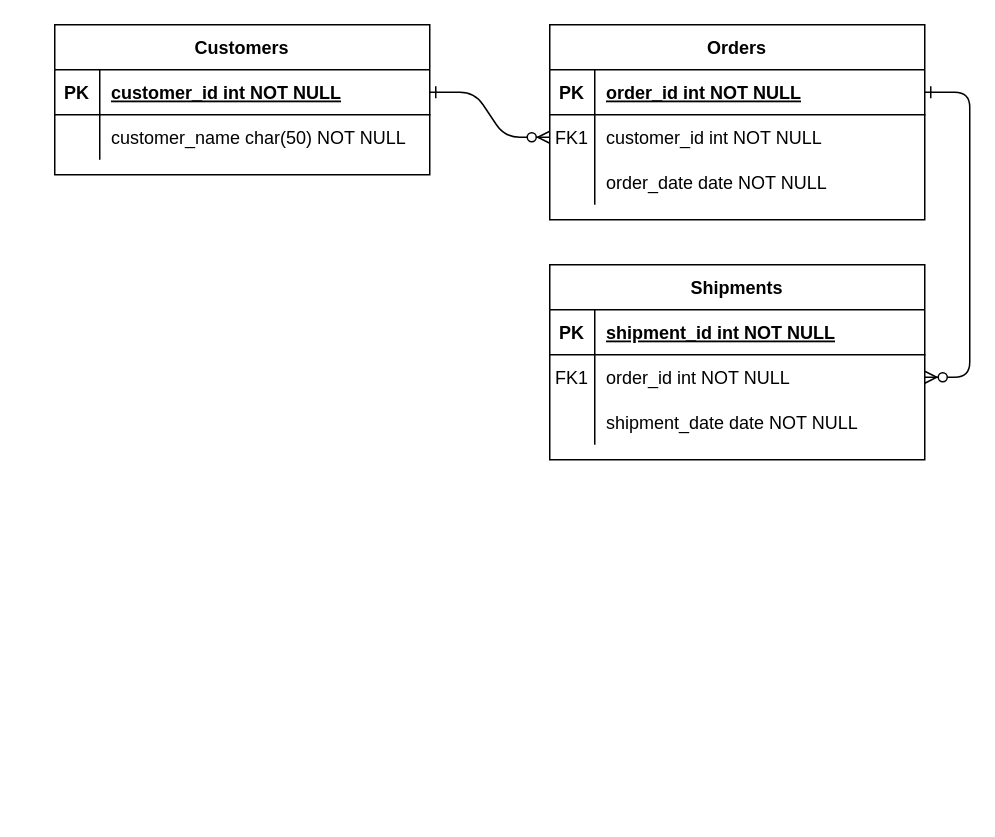
This is Диаграмма без названия.drawio from mbayzhanova/Dental_clinic, a draw.io file, before an edit. Source tidied: cells renumbered, new cells numbered last; positions are measured from the earlier drawing's top-left corner, leaving out a move shared by most shapes. Both pictures are drawn from the tidied source at 150%, with x=0, y=0 at pixel (54, 24).
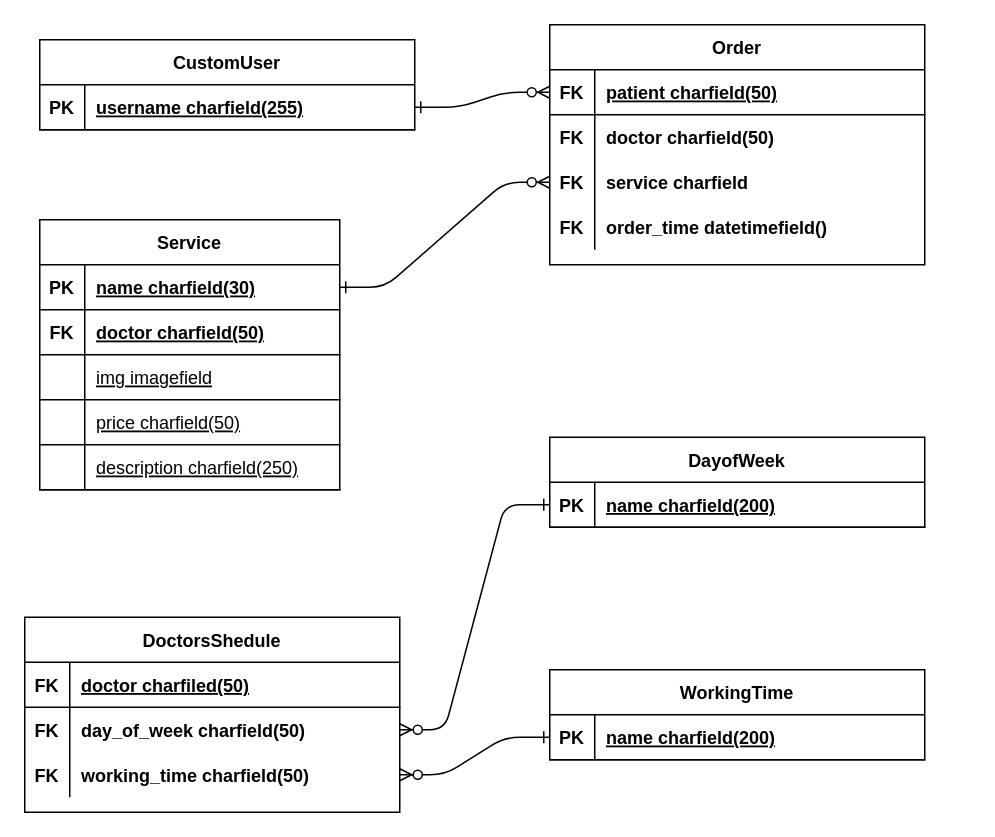
Above is the later version.

The change refers to these unchanged cells:
```xml
<mxCell id="5" style="shape=partialRectangle;fillColor=none;points=[[0,0.5],[1,0.5]];portConstraint=eastwest;top=0;left=0;right=0;bottom=1;" parent="4" vertex="1">
  <mxGeometry y="30" width="250" height="30" as="geometry" />
</mxCell>
<mxCell id="8" style="shape=partialRectangle;fillColor=none;points=[[0,0.5],[1,0.5]];portConstraint=eastwest;top=0;left=0;right=0;bottom=0;" parent="4" vertex="1">
  <mxGeometry y="60" width="250" height="30" as="geometry" />
</mxCell>
<mxCell id="15" style="shape=partialRectangle;fillColor=none;points=[[0,0.5],[1,0.5]];portConstraint=eastwest;top=0;left=0;right=0;bottom=1;" parent="14" vertex="1">
  <mxGeometry y="30" width="250" height="30" as="geometry" />
</mxCell>
```

Diff of the diagram source:
```diff
@@
-    <mxCell id="2" style="edgeStyle=entityRelationEdgeStyle;endArrow=ERzeroToMany;startArrow=ERone;endFill=1;startFill=0;" parent="1" edge="1" source="25" target="8">
-      <mxGeometry relative="1" as="geometry" />
-    </mxCell>
-    <mxCell id="3" style="edgeStyle=entityRelationEdgeStyle;endArrow=ERzeroToMany;startArrow=ERone;endFill=1;startFill=0;" parent="1" edge="1" source="5" target="18">
+    <mxCell id="3" style="edgeStyle=entityRelationEdgeStyle;endArrow=ERzeroToMany;startArrow=ERone;endFill=1;startFill=0;entryX=0;entryY=0.5;entryDx=0;entryDy=0;exitX=1;exitY=0.5;exitDx=0;exitDy=0;" parent="1" edge="1" source="34" target="31">
       <mxGeometry relative="1" as="geometry" />
     </mxCell>
-    <mxCell id="4" value="Orders" style="shape=table;startSize=30;childLayout=tableLayout;rowLines=0;fontStyle=1;align=center;" parent="1" vertex="1">
-      <mxGeometry x="330" width="250" height="130" as="geometry" />
+    <mxCell id="4" value="Order" style="shape=table;startSize=30;childLayout=tableLayout;rowLines=0;fontStyle=1;align=center;" parent="1" vertex="1">
+      <mxGeometry x="330" width="250" height="160" as="geometry" />
     </mxCell>
@@
-    <mxCell id="6" value="PK" style="shape=partialRectangle;overflow=hidden;fillColor=none;top=0;left=0;bottom=0;right=0;fontStyle=1;" parent="5" vertex="1">
+    <mxCell id="6" value="FK" style="shape=partialRectangle;overflow=hidden;fillColor=none;top=0;left=0;bottom=0;right=0;fontStyle=1;" parent="5" vertex="1">
       <mxGeometry width="30" height="30" as="geometry" />
     </mxCell>
-    <mxCell id="7" value="order_id int NOT NULL " style="shape=partialRectangle;overflow=hidden;fillColor=none;top=0;left=0;bottom=0;right=0;align=left;spacingLeft=6;fontStyle=5;" parent="5" vertex="1">
+    <mxCell id="7" value="patient charfield(50)" style="shape=partialRectangle;overflow=hidden;fillColor=none;top=0;left=0;bottom=0;right=0;align=left;spacingLeft=6;fontStyle=5;" parent="5" vertex="1">
       <mxGeometry x="30" width="220" height="30" as="geometry" />
     </mxCell>
@@
-    <mxCell id="9" value="FK1" style="shape=partialRectangle;overflow=hidden;fillColor=none;top=0;left=0;bottom=0;right=0;" parent="8" vertex="1">
+    <mxCell id="9" value="FK" style="shape=partialRectangle;overflow=hidden;fillColor=none;top=0;left=0;bottom=0;right=0;fontStyle=1;" parent="8" vertex="1">
       <mxGeometry width="30" height="30" as="geometry" />
     </mxCell>
-    <mxCell id="10" value="customer_id int NOT NULL" style="shape=partialRectangle;overflow=hidden;fillColor=none;top=0;left=0;bottom=0;right=0;align=left;spacingLeft=6;" parent="8" vertex="1">
+    <mxCell id="10" value="doctor charfield(50)" style="shape=partialRectangle;overflow=hidden;fillColor=none;top=0;left=0;bottom=0;right=0;align=left;spacingLeft=6;fontStyle=1;" parent="8" vertex="1">
       <mxGeometry x="30" width="220" height="30" as="geometry" />
     </mxCell>
+    <mxCell id="31" style="shape=partialRectangle;fillColor=none;points=[[0,0.5],[1,0.5]];portConstraint=eastwest;top=0;left=0;right=0;bottom=0;" parent="4" vertex="1">
+      <mxGeometry y="90" width="250" height="30" as="geometry" />
+    </mxCell>
+    <mxCell id="32" value="FK" style="shape=partialRectangle;overflow=hidden;fillColor=none;top=0;left=0;bottom=0;right=0;fontStyle=1;" parent="31" vertex="1">
+      <mxGeometry width="30" height="30" as="geometry" />
+    </mxCell>
+    <mxCell id="33" value="service charfield" style="shape=partialRectangle;overflow=hidden;fillColor=none;top=0;left=0;bottom=0;right=0;align=left;spacingLeft=6;fontStyle=1;" parent="31" vertex="1">
+      <mxGeometry x="30" width="220" height="30" as="geometry" />
+    </mxCell>
     <mxCell id="11" style="shape=partialRectangle;fillColor=none;top=0;left=0;right=0;bottom=0;" parent="4" vertex="1">
-      <mxGeometry y="90" width="250" height="30" as="geometry" />
+      <mxGeometry y="120" width="250" height="30" as="geometry" />
     </mxCell>
-    <mxCell id="12" style="shape=partialRectangle;overflow=hidden;fillColor=none;top=0;left=0;bottom=0;right=0;" parent="11" vertex="1">
+    <mxCell id="12" value="FK" style="shape=partialRectangle;overflow=hidden;fillColor=none;top=0;left=0;bottom=0;right=0;fontStyle=1;" parent="11" vertex="1">
       <mxGeometry width="30" height="30" as="geometry" />
     </mxCell>
-    <mxCell id="13" value="order_date date NOT NULL" style="shape=partialRectangle;overflow=hidden;fillColor=none;top=0;left=0;bottom=0;right=0;align=left;spacingLeft=6;" parent="11" vertex="1">
+    <mxCell id="13" value="order_time datetimefield()" style="shape=partialRectangle;overflow=hidden;fillColor=none;top=0;left=0;bottom=0;right=0;align=left;spacingLeft=6;fontStyle=1;" parent="11" vertex="1">
       <mxGeometry x="30" width="220" height="30" as="geometry" />
     </mxCell>
-    <mxCell id="14" value="Shipments" style="shape=table;startSize=30;childLayout=tableLayout;rowLines=0;fontStyle=1;align=center;" parent="1" vertex="1">
-      <mxGeometry x="330" y="160" width="250" height="130" as="geometry" />
+    <mxCell id="14" value="DayofWeek" style="shape=table;startSize=30;childLayout=tableLayout;rowLines=0;fontStyle=1;align=center;" parent="1" vertex="1">
+      <mxGeometry x="330" y="275" width="250" height="60" as="geometry" />
     </mxCell>
@@
-    <mxCell id="17" value="shipment_id int NOT NULL " style="shape=partialRectangle;overflow=hidden;fillColor=none;top=0;left=0;bottom=0;right=0;align=left;spacingLeft=6;fontStyle=5;" parent="15" vertex="1">
+    <mxCell id="17" value="name charfield(200)" style="shape=partialRectangle;overflow=hidden;fillColor=none;top=0;left=0;bottom=0;right=0;align=left;spacingLeft=6;fontStyle=5;" parent="15" vertex="1">
       <mxGeometry x="30" width="220" height="30" as="geometry" />
     </mxCell>
-    <mxCell id="18" style="shape=partialRectangle;fillColor=none;points=[[0,0.5],[1,0.5]];portConstraint=eastwest;top=0;left=0;right=0;bottom=0;" parent="14" vertex="1">
-      <mxGeometry y="60" width="250" height="30" as="geometry" />
-    </mxCell>
-    <mxCell id="19" value="FK1" style="shape=partialRectangle;overflow=hidden;fillColor=none;top=0;left=0;bottom=0;right=0;" parent="18" vertex="1">
-      <mxGeometry width="30" height="30" as="geometry" />
-    </mxCell>
-    <mxCell id="20" value="order_id int NOT NULL" style="shape=partialRectangle;overflow=hidden;fillColor=none;top=0;left=0;bottom=0;right=0;align=left;spacingLeft=6;" parent="18" vertex="1">
-      <mxGeometry x="30" width="220" height="30" as="geometry" />
-    </mxCell>
-    <mxCell id="21" style="shape=partialRectangle;fillColor=none;top=0;left=0;right=0;bottom=0;" parent="14" vertex="1">
-      <mxGeometry y="90" width="250" height="30" as="geometry" />
-    </mxCell>
-    <mxCell id="22" style="shape=partialRectangle;overflow=hidden;fillColor=none;top=0;left=0;bottom=0;right=0;" parent="21" vertex="1">
-      <mxGeometry width="30" height="30" as="geometry" />
-    </mxCell>
-    <mxCell id="23" value="shipment_date date NOT NULL" style="shape=partialRectangle;overflow=hidden;fillColor=none;top=0;left=0;bottom=0;right=0;align=left;spacingLeft=6;" parent="21" vertex="1">
-      <mxGeometry x="30" width="220" height="30" as="geometry" />
-    </mxCell>
-    <mxCell id="24" value="Customers" style="shape=table;startSize=30;childLayout=tableLayout;rowLines=0;fontStyle=1;align=center;" parent="1" vertex="1">
-      <mxGeometry width="250" height="100" as="geometry" />
+    <mxCell id="24" value="Service" style="shape=table;startSize=30;childLayout=tableLayout;rowLines=0;fontStyle=1;align=center;" parent="1" vertex="1">
+      <mxGeometry x="-10" y="130" width="200" height="180" as="geometry" />
     </mxCell>
+    <mxCell id="34" style="shape=partialRectangle;fillColor=none;points=[[0,0.5],[1,0.5]];portConstraint=eastwest;top=0;left=0;right=0;bottom=1;" parent="24" vertex="1">
+      <mxGeometry y="30" width="200" height="30" as="geometry" />
+    </mxCell>
+    <mxCell id="35" value="PK" style="shape=partialRectangle;overflow=hidden;fillColor=none;top=0;left=0;bottom=0;right=0;fontStyle=1;" parent="34" vertex="1">
+      <mxGeometry width="30" height="30" as="geometry" />
+    </mxCell>
+    <mxCell id="36" value="name charfield(30)" style="shape=partialRectangle;overflow=hidden;fillColor=none;top=0;left=0;bottom=0;right=0;align=left;spacingLeft=6;fontStyle=5;" parent="34" vertex="1">
+      <mxGeometry x="30" width="170" height="30" as="geometry" />
+    </mxCell>
+    <mxCell id="37" style="shape=partialRectangle;fillColor=none;top=0;left=0;right=0;bottom=1;" parent="24" vertex="1">
+      <mxGeometry y="60" width="200" height="30" as="geometry" />
+    </mxCell>
+    <mxCell id="38" value="FK" style="shape=partialRectangle;overflow=hidden;fillColor=none;top=0;left=0;bottom=0;right=0;fontStyle=1;" parent="37" vertex="1">
+      <mxGeometry width="30" height="30" as="geometry" />
+    </mxCell>
+    <mxCell id="39" value="doctor charfield(50)" style="shape=partialRectangle;overflow=hidden;fillColor=none;top=0;left=0;bottom=0;right=0;align=left;spacingLeft=6;fontStyle=5;" parent="37" vertex="1">
+      <mxGeometry x="30" width="170" height="30" as="geometry" />
+    </mxCell>
+    <mxCell id="40" style="shape=partialRectangle;fillColor=none;top=0;left=0;right=0;bottom=1;" parent="24" vertex="1">
+      <mxGeometry y="90" width="200" height="30" as="geometry" />
+    </mxCell>
+    <mxCell id="41" style="shape=partialRectangle;overflow=hidden;fillColor=none;top=0;left=0;bottom=0;right=0;fontStyle=1;" parent="40" vertex="1">
+      <mxGeometry width="30" height="30" as="geometry" />
+    </mxCell>
+    <mxCell id="42" value="img imagefield" style="shape=partialRectangle;overflow=hidden;fillColor=none;top=0;left=0;bottom=0;right=0;align=left;spacingLeft=6;fontStyle=4;" parent="40" vertex="1">
+      <mxGeometry x="30" width="170" height="30" as="geometry" />
+    </mxCell>
+    <mxCell id="43" style="shape=partialRectangle;fillColor=none;top=0;left=0;right=0;bottom=1;" parent="24" vertex="1">
+      <mxGeometry y="120" width="200" height="30" as="geometry" />
+    </mxCell>
+    <mxCell id="44" style="shape=partialRectangle;overflow=hidden;fillColor=none;top=0;left=0;bottom=0;right=0;fontStyle=1;" parent="43" vertex="1">
+      <mxGeometry width="30" height="30" as="geometry" />
+    </mxCell>
+    <mxCell id="45" value="price charfield(50)" style="shape=partialRectangle;overflow=hidden;fillColor=none;top=0;left=0;bottom=0;right=0;align=left;spacingLeft=6;fontStyle=4;" parent="43" vertex="1">
+      <mxGeometry x="30" width="170" height="30" as="geometry" />
+    </mxCell>
     <mxCell id="25" style="shape=partialRectangle;fillColor=none;points=[[0,0.5],[1,0.5]];portConstraint=eastwest;top=0;left=0;right=0;bottom=1;" parent="24" vertex="1">
-      <mxGeometry y="30" width="250" height="30" as="geometry" />
+      <mxGeometry y="150" width="200" height="30" as="geometry" />
     </mxCell>
-    <mxCell id="26" value="PK" style="shape=partialRectangle;overflow=hidden;fillColor=none;top=0;left=0;bottom=0;right=0;fontStyle=1;" parent="25" vertex="1">
+    <mxCell id="26" style="shape=partialRectangle;overflow=hidden;fillColor=none;top=0;left=0;bottom=0;right=0;fontStyle=1;" parent="25" vertex="1">
       <mxGeometry width="30" height="30" as="geometry" />
     </mxCell>
-    <mxCell id="27" value="customer_id int NOT NULL " style="shape=partialRectangle;overflow=hidden;fillColor=none;top=0;left=0;bottom=0;right=0;align=left;spacingLeft=6;fontStyle=5;" parent="25" vertex="1">
-      <mxGeometry x="30" width="220" height="30" as="geometry" />
+    <mxCell id="27" value="description charfield(250)" style="shape=partialRectangle;overflow=hidden;fillColor=none;top=0;left=0;bottom=0;right=0;align=left;spacingLeft=6;fontStyle=4;" parent="25" vertex="1">
+      <mxGeometry x="30" width="170" height="30" as="geometry" />
     </mxCell>
-    <mxCell id="28" style="shape=partialRectangle;fillColor=none;top=0;left=0;right=0;bottom=0;" parent="24" vertex="1">
-      <mxGeometry y="60" width="250" height="30" as="geometry" />
-    </mxCell>
-    <mxCell id="29" style="shape=partialRectangle;overflow=hidden;fillColor=none;top=0;left=0;bottom=0;right=0;" parent="28" vertex="1">
-      <mxGeometry width="30" height="30" as="geometry" />
-    </mxCell>
-    <mxCell id="30" value="customer_name char(50) NOT NULL" style="shape=partialRectangle;overflow=hidden;fillColor=none;top=0;left=0;bottom=0;right=0;align=left;spacingLeft=6;" parent="28" vertex="1">
-      <mxGeometry x="30" width="220" height="30" as="geometry" />
-    </mxCell>
+    <mxCell id="46" value="CustomUser" style="shape=table;startSize=30;childLayout=tableLayout;rowLines=0;fontStyle=1;align=center;" parent="1" vertex="1">
+      <mxGeometry x="-10" y="10" width="250" height="60" as="geometry" />
+    </mxCell>
+    <mxCell id="47" style="shape=partialRectangle;fillColor=none;points=[[0,0.5],[1,0.5]];portConstraint=eastwest;top=0;left=0;right=0;bottom=1;" parent="46" vertex="1">
+      <mxGeometry y="30" width="250" height="30" as="geometry" />
+    </mxCell>
+    <mxCell id="48" value="PK" style="shape=partialRectangle;overflow=hidden;fillColor=none;top=0;left=0;bottom=0;right=0;fontStyle=1;" parent="47" vertex="1">
+      <mxGeometry width="30" height="30" as="geometry" />
+    </mxCell>
+    <mxCell id="49" value="username charfield(255)" style="shape=partialRectangle;overflow=hidden;fillColor=none;top=0;left=0;bottom=0;right=0;align=left;spacingLeft=6;fontStyle=5;" parent="47" vertex="1">
+      <mxGeometry x="30" width="220" height="30" as="geometry" />
+    </mxCell>
+    <mxCell id="50" value="WorkingTime" style="shape=table;startSize=30;childLayout=tableLayout;rowLines=0;fontStyle=1;align=center;" parent="1" vertex="1">
+      <mxGeometry x="330" y="430" width="250" height="60" as="geometry" />
+    </mxCell>
+    <mxCell id="51" style="shape=partialRectangle;fillColor=none;points=[[0,0.5],[1,0.5]];portConstraint=eastwest;top=0;left=0;right=0;bottom=1;" parent="50" vertex="1">
+      <mxGeometry y="30" width="250" height="30" as="geometry" />
+    </mxCell>
+    <mxCell id="52" value="PK" style="shape=partialRectangle;overflow=hidden;fillColor=none;top=0;left=0;bottom=0;right=0;fontStyle=1;" parent="51" vertex="1">
+      <mxGeometry width="30" height="30" as="geometry" />
+    </mxCell>
+    <mxCell id="53" value="name charfield(200)" style="shape=partialRectangle;overflow=hidden;fillColor=none;top=0;left=0;bottom=0;right=0;align=left;spacingLeft=6;fontStyle=5;" parent="51" vertex="1">
+      <mxGeometry x="30" width="220" height="30" as="geometry" />
+    </mxCell>
+    <mxCell id="54" value="DoctorsShedule" style="shape=table;startSize=30;childLayout=tableLayout;rowLines=0;fontStyle=1;align=center;" parent="1" vertex="1">
+      <mxGeometry x="-20" y="395" width="250" height="130" as="geometry" />
+    </mxCell>
+    <mxCell id="55" style="shape=partialRectangle;fillColor=none;top=0;left=0;right=0;bottom=1;" parent="54" vertex="1">
+      <mxGeometry y="30" width="250" height="30" as="geometry" />
+    </mxCell>
+    <mxCell id="56" value="FK" style="shape=partialRectangle;overflow=hidden;fillColor=none;top=0;left=0;bottom=0;right=0;fontStyle=1;" parent="55" vertex="1">
+      <mxGeometry width="30" height="30" as="geometry" />
+    </mxCell>
+    <mxCell id="57" value="doctor charfiled(50)" style="shape=partialRectangle;overflow=hidden;fillColor=none;top=0;left=0;bottom=0;right=0;align=left;spacingLeft=6;fontStyle=5;" parent="55" vertex="1">
+      <mxGeometry x="30" width="220" height="30" as="geometry" />
+    </mxCell>
+    <mxCell id="58" style="shape=partialRectangle;fillColor=none;points=[[0,0.5],[1,0.5]];portConstraint=eastwest;top=0;left=0;right=0;bottom=0;" parent="54" vertex="1">
+      <mxGeometry y="60" width="250" height="30" as="geometry" />
+    </mxCell>
+    <mxCell id="59" value="FK" style="shape=partialRectangle;overflow=hidden;fillColor=none;top=0;left=0;bottom=0;right=0;fontStyle=1;" parent="58" vertex="1">
+      <mxGeometry width="30" height="30" as="geometry" />
+    </mxCell>
+    <mxCell id="60" value="day_of_week charfield(50)" style="shape=partialRectangle;overflow=hidden;fillColor=none;top=0;left=0;bottom=0;right=0;align=left;spacingLeft=6;fontStyle=1;" parent="58" vertex="1">
+      <mxGeometry x="30" width="220" height="30" as="geometry" />
+    </mxCell>
+    <mxCell id="61" style="shape=partialRectangle;fillColor=none;points=[[0,0.5],[1,0.5]];portConstraint=eastwest;top=0;left=0;right=0;bottom=0;" parent="54" vertex="1">
+      <mxGeometry y="90" width="250" height="30" as="geometry" />
+    </mxCell>
+    <mxCell id="62" value="FK" style="shape=partialRectangle;overflow=hidden;fillColor=none;top=0;left=0;bottom=0;right=0;fontStyle=1;" parent="61" vertex="1">
+      <mxGeometry width="30" height="30" as="geometry" />
+    </mxCell>
+    <mxCell id="63" value="working_time charfield(50)" style="shape=partialRectangle;overflow=hidden;fillColor=none;top=0;left=0;bottom=0;right=0;align=left;spacingLeft=6;fontStyle=1;" parent="61" vertex="1">
+      <mxGeometry x="30" width="220" height="30" as="geometry" />
+    </mxCell>
+    <mxCell id="64" style="edgeStyle=entityRelationEdgeStyle;endArrow=ERzeroToMany;startArrow=ERone;endFill=1;startFill=0;entryX=0;entryY=0.5;entryDx=0;entryDy=0;" parent="1" edge="1" source="47" target="5">
+      <mxGeometry relative="1" as="geometry">
+        <Array as="points">
+          <mxPoint x="220" y="85" />
+          <mxPoint x="300" y="230" />
+          <mxPoint x="340" y="50" />
+          <mxPoint x="220" y="50" />
+        </Array>
+      </mxGeometry>
+    </mxCell>
+    <mxCell id="65" style="edgeStyle=entityRelationEdgeStyle;endArrow=ERzeroToMany;startArrow=ERone;endFill=1;startFill=0;entryX=1;entryY=0.5;entryDx=0;entryDy=0;exitX=0;exitY=0.5;exitDx=0;exitDy=0;" parent="1" edge="1" source="51" target="61">
+      <mxGeometry relative="1" as="geometry">
+        <Array as="points">
+          <mxPoint x="230" y="95" />
+          <mxPoint x="310" y="240" />
+          <mxPoint x="350" y="60" />
+          <mxPoint x="230" y="60" />
+        </Array>
+      </mxGeometry>
+    </mxCell>
+    <mxCell id="66" style="edgeStyle=entityRelationEdgeStyle;endArrow=ERzeroToMany;startArrow=ERone;endFill=1;startFill=0;entryX=1;entryY=0.5;entryDx=0;entryDy=0;exitX=0;exitY=0.5;exitDx=0;exitDy=0;" parent="1" edge="1" source="15" target="58">
+      <mxGeometry relative="1" as="geometry">
+        <Array as="points">
+          <mxPoint x="240" y="105" />
+          <mxPoint x="320" y="250" />
+          <mxPoint x="360" y="70" />
+          <mxPoint x="240" y="70" />
+        </Array>
+      </mxGeometry>
+    </mxCell>
```
